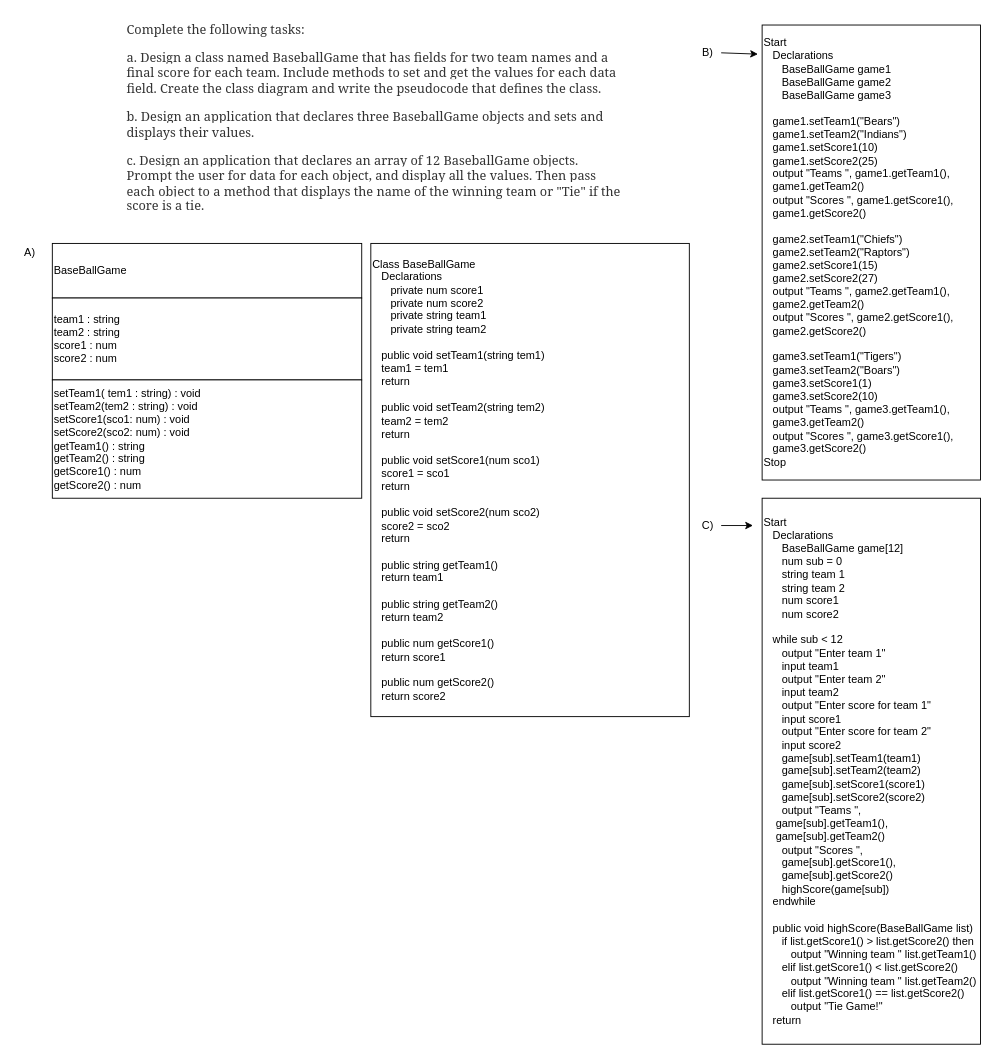
Above: Problem Solving/baseballClass.drawio in sweetrellish/python_work1 (draw.io), before the change. Source tidied: cells renumbered, new cells numbered last; positions are measured from the earlier drawing's top-left corner, leaving out a move shared by most shapes. Both pictures are drawn from the tidied source at 91%, with x=0, y=0 at pixel (15, 15).
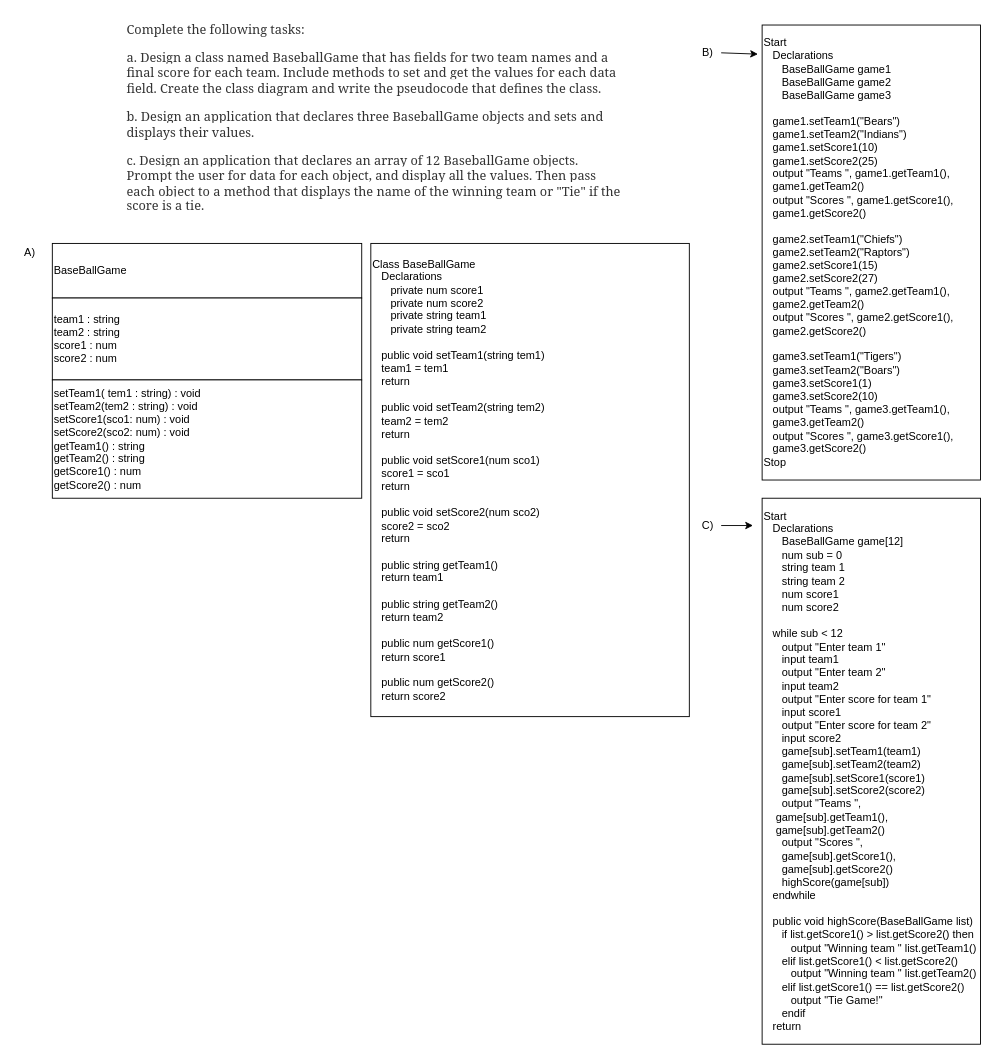
After the change.

The edit, as a diff of the source:
```diff
@@
 <mxGraphModel>
   <root>
     <mxCell id="0" />
     <mxCell id="1" parent="0" />
     <mxCell id="2" value="&lt;span style=&quot;color: rgb(51, 51, 51); font-family: georgia, times, &amp;quot;times new roman&amp;quot;, serif; font-size: 14px; font-style: normal; font-weight: 400; letter-spacing: normal; text-indent: 0px; text-transform: none; word-spacing: 0px; background-color: rgb(255, 255, 255); display: inline; float: none;&quot;&gt;Complete the following tasks:&lt;/span&gt;&lt;br style=&quot;color: rgb(51, 51, 51); font-family: georgia, times, &amp;quot;times new roman&amp;quot;, serif; font-size: 14px; font-style: normal; font-weight: 400; letter-spacing: normal; text-indent: 0px; text-transform: none; word-spacing: 0px; background-color: rgb(255, 255, 255);&quot;&gt;&lt;br style=&quot;color: rgb(51, 51, 51); font-family: georgia, times, &amp;quot;times new roman&amp;quot;, serif; font-size: 14px; font-style: normal; font-weight: 400; letter-spacing: normal; text-indent: 0px; text-transform: none; word-spacing: 0px; background-color: rgb(255, 255, 255);&quot;&gt;&lt;span style=&quot;color: rgb(51, 51, 51); font-family: georgia, times, &amp;quot;times new roman&amp;quot;, serif; font-size: 14px; font-style: normal; font-weight: 400; letter-spacing: normal; text-indent: 0px; text-transform: none; word-spacing: 0px; background-color: rgb(255, 255, 255); display: inline; float: none;&quot;&gt;a. Design a class named BaseballGame that has fields for two team names and a final score for each team. Include methods to set and get the values for each data field. Create the class diagram and write the pseudocode that defines the class.&lt;/span&gt;&lt;br style=&quot;color: rgb(51, 51, 51); font-family: georgia, times, &amp;quot;times new roman&amp;quot;, serif; font-size: 14px; font-style: normal; font-weight: 400; letter-spacing: normal; text-indent: 0px; text-transform: none; word-spacing: 0px; background-color: rgb(255, 255, 255);&quot;&gt;&lt;br style=&quot;color: rgb(51, 51, 51); font-family: georgia, times, &amp;quot;times new roman&amp;quot;, serif; font-size: 14px; font-style: normal; font-weight: 400; letter-spacing: normal; text-indent: 0px; text-transform: none; word-spacing: 0px; background-color: rgb(255, 255, 255);&quot;&gt;&lt;span style=&quot;color: rgb(51, 51, 51); font-family: georgia, times, &amp;quot;times new roman&amp;quot;, serif; font-size: 14px; font-style: normal; font-weight: 400; letter-spacing: normal; text-indent: 0px; text-transform: none; word-spacing: 0px; background-color: rgb(255, 255, 255); display: inline; float: none;&quot;&gt;b. Design an application that declares three BaseballGame objects and sets and displays their values.&lt;/span&gt;&lt;br style=&quot;color: rgb(51, 51, 51); font-family: georgia, times, &amp;quot;times new roman&amp;quot;, serif; font-size: 14px; font-style: normal; font-weight: 400; letter-spacing: normal; text-indent: 0px; text-transform: none; word-spacing: 0px; background-color: rgb(255, 255, 255);&quot;&gt;&lt;br style=&quot;color: rgb(51, 51, 51); font-family: georgia, times, &amp;quot;times new roman&amp;quot;, serif; font-size: 14px; font-style: normal; font-weight: 400; letter-spacing: normal; text-indent: 0px; text-transform: none; word-spacing: 0px; background-color: rgb(255, 255, 255);&quot;&gt;&lt;span style=&quot;color: rgb(51, 51, 51); font-family: georgia, times, &amp;quot;times new roman&amp;quot;, serif; font-size: 14px; font-style: normal; font-weight: 400; letter-spacing: normal; text-indent: 0px; text-transform: none; word-spacing: 0px; background-color: rgb(255, 255, 255); display: inline; float: none;&quot;&gt;c. Design an application that declares an array of 12 BaseballGame objects. Prompt the user for data for each object, and display all the values. Then pass each object to a method that displays the name of the winning team or &quot;Tie&quot; if the score is a tie.&lt;/span&gt;" style="text;whiteSpace=wrap;html=1;" parent="1" vertex="1">
       <mxGeometry x="120" width="550" height="190" as="geometry" />
     </mxCell>
     <mxCell id="3" value="Class BaseBallGame&lt;br&gt;&amp;nbsp; &amp;nbsp;Declarations&lt;br&gt;&amp;nbsp; &amp;nbsp; &amp;nbsp; private num score1&lt;br&gt;&amp;nbsp; &amp;nbsp; &amp;nbsp; private num score2&lt;br&gt;&amp;nbsp; &amp;nbsp; &amp;nbsp; private string team1&lt;br&gt;&amp;nbsp; &amp;nbsp; &amp;nbsp; private string team2&lt;br&gt;&lt;br&gt;&amp;nbsp; &amp;nbsp;public void setTeam1(string tem1)&lt;br&gt;&amp;nbsp; &amp;nbsp;team1 = tem1&lt;br&gt;&amp;nbsp; &amp;nbsp;return&lt;br&gt;&lt;br&gt;&amp;nbsp; &amp;nbsp;public void setTeam2(string tem2)&lt;br&gt;&amp;nbsp; &amp;nbsp;team2 = tem2&lt;br&gt;&amp;nbsp; &amp;nbsp;return&lt;br&gt;&lt;br&gt;&amp;nbsp; &amp;nbsp;public void setScore1(num sco1)&lt;br&gt;&amp;nbsp; &amp;nbsp;score1 = sco1&lt;br&gt;&amp;nbsp; &amp;nbsp;return&lt;br&gt;&lt;br&gt;&amp;nbsp; &amp;nbsp;public void setScore2(num sco2)&lt;br&gt;&amp;nbsp; &amp;nbsp;score2 = sco2&lt;br&gt;&amp;nbsp; &amp;nbsp;return&lt;br&gt;&lt;br&gt;&amp;nbsp; &amp;nbsp;public string getTeam1()&lt;br&gt;&amp;nbsp; &amp;nbsp;return team1&lt;br&gt;&lt;br&gt;&amp;nbsp; &amp;nbsp;public string getTeam2()&lt;br&gt;&amp;nbsp; &amp;nbsp;return team2&lt;br&gt;&lt;br&gt;&amp;nbsp; &amp;nbsp;public num getScore1()&lt;br&gt;&amp;nbsp; &amp;nbsp;return score1&lt;br&gt;&lt;br&gt;&amp;nbsp; &amp;nbsp;public num getScore2()&lt;br&gt;&amp;nbsp; &amp;nbsp;return score2" style="whiteSpace=wrap;html=1;align=left;" parent="1" vertex="1">
       <mxGeometry x="390" y="250" width="350" height="520" as="geometry" />
     </mxCell>
     <mxCell id="4" value="BaseBallGame" style="whiteSpace=wrap;html=1;align=left;" parent="1" vertex="1">
       <mxGeometry x="40" y="250" width="340" height="60" as="geometry" />
     </mxCell>
     <mxCell id="5" value="team1 : string&lt;br&gt;team2 : string&lt;br&gt;score1 : num&lt;br&gt;score2 : num" style="whiteSpace=wrap;html=1;align=left;" parent="1" vertex="1">
       <mxGeometry x="40" y="310" width="340" height="90" as="geometry" />
     </mxCell>
     <mxCell id="6" value="setTeam1( tem1 : string) : void&lt;br&gt;setTeam2(tem2 : string) : void&lt;br&gt;setScore1(sco1: num) : void&lt;br&gt;setScore2(sco2: num) : void&lt;br&gt;getTeam1() : string&lt;br&gt;getTeam2() : string&lt;br&gt;getScore1() : num&lt;br&gt;getScore2() : num" style="whiteSpace=wrap;html=1;align=left;" parent="1" vertex="1">
       <mxGeometry x="40" y="400" width="340" height="130" as="geometry" />
     </mxCell>
     <mxCell id="7" value="A)" style="text;html=1;align=center;verticalAlign=middle;strokeColor=none;fillColor=none;" parent="1" vertex="1">
       <mxGeometry y="250" width="30" height="20" as="geometry" />
     </mxCell>
     <mxCell id="8" style="edgeStyle=none;html=1;entryX=-0.019;entryY=0.064;entryDx=0;entryDy=0;entryPerimeter=0;" parent="1" edge="1" source="9" target="10">
       <mxGeometry relative="1" as="geometry" />
     </mxCell>
     <mxCell id="9" value="B)" style="text;html=1;align=center;verticalAlign=middle;points=[];strokeColor=none;fillColor=none;" parent="1" vertex="1">
       <mxGeometry x="745" y="30" width="30" height="20" as="geometry" />
     </mxCell>
     <mxCell id="10" value="Start&amp;nbsp;&lt;br&gt;&amp;nbsp; &amp;nbsp;Declarations&lt;br&gt;&amp;nbsp; &amp;nbsp; &amp;nbsp; BaseBallGame game1&lt;br&gt;&amp;nbsp; &amp;nbsp; &amp;nbsp; BaseBallGame game2&lt;br&gt;&amp;nbsp; &amp;nbsp; &amp;nbsp; BaseBallGame game3&lt;br&gt;&lt;br&gt;&amp;nbsp; &amp;nbsp;game1.setTeam1(&quot;Bears&quot;)&lt;br&gt;&amp;nbsp; &amp;nbsp;game1.setTeam2(&quot;Indians&quot;)&lt;br&gt;&amp;nbsp; &amp;nbsp;game1.setScore1(10)&lt;br&gt;&amp;nbsp; &amp;nbsp;game1.setScore2(25)&lt;br&gt;&amp;nbsp; &amp;nbsp;output &quot;Teams &quot;, game1.getTeam1(),&amp;nbsp; &amp;nbsp; &amp;nbsp; &amp;nbsp; &amp;nbsp; &amp;nbsp; &amp;nbsp;game1.getTeam2()&lt;br&gt;&amp;nbsp; &amp;nbsp;output &quot;Scores &quot;, game1.getScore1(),&amp;nbsp; &amp;nbsp; &amp;nbsp; &amp;nbsp; &amp;nbsp; &amp;nbsp;game1.getScore2()&lt;br&gt;&lt;br&gt;&amp;nbsp; &amp;nbsp;game2.setTeam1(&quot;Chiefs&quot;)&lt;br&gt;&amp;nbsp; &amp;nbsp;game2.setTeam2(&quot;Raptors&quot;)&lt;br&gt;&amp;nbsp; &amp;nbsp;game2.setScore1(15)&lt;br&gt;&amp;nbsp; &amp;nbsp;game2.setScore2(27)&lt;br&gt;&amp;nbsp; &amp;nbsp;output &quot;Teams &quot;, game2.getTeam1(),&amp;nbsp; &amp;nbsp; &amp;nbsp; &amp;nbsp; &amp;nbsp; &amp;nbsp; &amp;nbsp;game2.getTeam2()&lt;br&gt;&amp;nbsp; &amp;nbsp;output &quot;Scores &quot;, game2.getScore1(),&amp;nbsp; &amp;nbsp; &amp;nbsp; &amp;nbsp; &amp;nbsp; &amp;nbsp;game2.getScore2()&lt;br&gt;&lt;br&gt;&amp;nbsp; &amp;nbsp;game3.setTeam1(&quot;Tigers&quot;)&lt;br&gt;&amp;nbsp; &amp;nbsp;game3.setTeam2(&quot;Boars&quot;)&lt;br&gt;&amp;nbsp; &amp;nbsp;game3.setScore1(1)&lt;br&gt;&amp;nbsp; &amp;nbsp;game3.setScore2(10)&lt;br&gt;&amp;nbsp; &amp;nbsp;output &quot;Teams &quot;, game3.getTeam1(),&amp;nbsp; &amp;nbsp; &amp;nbsp; &amp;nbsp; &amp;nbsp; &amp;nbsp; &amp;nbsp;game3.getTeam2()&lt;br&gt;&amp;nbsp; &amp;nbsp;output &quot;Scores &quot;, game3.getScore1(),&amp;nbsp; &amp;nbsp; &amp;nbsp; &amp;nbsp; &amp;nbsp; &amp;nbsp;game3.getScore2()&lt;br&gt;Stop" style="whiteSpace=wrap;html=1;align=left;" parent="1" vertex="1">
       <mxGeometry x="820" y="10" width="240" height="500" as="geometry" />
     </mxCell>
     <mxCell id="11" style="edgeStyle=none;html=1;" parent="1" edge="1" source="12">
       <mxGeometry relative="1" as="geometry">
         <mxPoint x="810" y="560" as="targetPoint" />
       </mxGeometry>
     </mxCell>
     <mxCell id="12" value="C)" style="text;html=1;align=center;verticalAlign=middle;points=[];strokeColor=none;fillColor=none;" parent="1" vertex="1">
       <mxGeometry x="745" y="550" width="30" height="20" as="geometry" />
     </mxCell>
-    <mxCell id="13" value="Start&amp;nbsp;&lt;br&gt;&amp;nbsp; &amp;nbsp;Declarations&lt;br&gt;&amp;nbsp; &amp;nbsp; &amp;nbsp; BaseBallGame game[12]&lt;br&gt;&amp;nbsp; &amp;nbsp; &amp;nbsp; num sub = 0&lt;br&gt;&amp;nbsp; &amp;nbsp; &amp;nbsp; string team 1&amp;nbsp;&lt;br&gt;&amp;nbsp; &amp;nbsp; &amp;nbsp; string team 2&lt;br&gt;&amp;nbsp; &amp;nbsp; &amp;nbsp; num score1&amp;nbsp;&lt;br&gt;&amp;nbsp; &amp;nbsp; &amp;nbsp; num score2&lt;br&gt;&lt;br&gt;&amp;nbsp; &amp;nbsp;while sub &amp;lt; 12&lt;br&gt;&amp;nbsp; &amp;nbsp; &amp;nbsp; output &quot;Enter team 1&quot;&amp;nbsp;&lt;br&gt;&amp;nbsp; &amp;nbsp; &amp;nbsp; input team1&lt;br&gt;&amp;nbsp; &amp;nbsp; &amp;nbsp; output &quot;Enter team 2&quot;&lt;br&gt;&amp;nbsp; &amp;nbsp; &amp;nbsp; input team2&amp;nbsp;&lt;br&gt;&amp;nbsp; &amp;nbsp; &amp;nbsp; output &quot;Enter score for team 1&quot;&lt;br&gt;&amp;nbsp; &amp;nbsp; &amp;nbsp; input score1&lt;br&gt;&amp;nbsp; &amp;nbsp; &amp;nbsp; output &quot;Enter score for team 2&quot;&lt;br&gt;&amp;nbsp; &amp;nbsp; &amp;nbsp; input score2&lt;br&gt;&amp;nbsp; &amp;nbsp; &amp;nbsp; game[sub].setTeam1(team1)&lt;br&gt;&amp;nbsp; &amp;nbsp; &amp;nbsp; game[sub].setTeam2(team2)&lt;br&gt;&amp;nbsp; &amp;nbsp; &amp;nbsp; game[sub].setScore1(score1)&lt;br&gt;&amp;nbsp; &amp;nbsp; &amp;nbsp; game[sub].setScore2(score2)&lt;br&gt;&amp;nbsp; &amp;nbsp; &amp;nbsp; output &quot;Teams &quot;,&amp;nbsp; &amp;nbsp; &amp;nbsp; &amp;nbsp; &amp;nbsp; &amp;nbsp; &amp;nbsp; &amp;nbsp; &amp;nbsp; &amp;nbsp; &amp;nbsp; &amp;nbsp; &amp;nbsp; &amp;nbsp; &amp;nbsp; &amp;nbsp; &amp;nbsp; &amp;nbsp; &amp;nbsp; &amp;nbsp; &amp;nbsp; &amp;nbsp; game[sub].getTeam1(),&amp;nbsp; &amp;nbsp; &amp;nbsp; &amp;nbsp; &amp;nbsp; &amp;nbsp; &amp;nbsp; &amp;nbsp; &amp;nbsp; &amp;nbsp; &amp;nbsp; &amp;nbsp; &amp;nbsp; &amp;nbsp; &amp;nbsp; &amp;nbsp; &amp;nbsp; game[sub].getTeam2()&lt;br&gt;&amp;nbsp; &amp;nbsp; &amp;nbsp; output &quot;Scores &quot;,&amp;nbsp; &amp;nbsp; &amp;nbsp; &amp;nbsp; &amp;nbsp; &amp;nbsp; &amp;nbsp; &amp;nbsp; &amp;nbsp; &amp;nbsp; &amp;nbsp; &amp;nbsp; &amp;nbsp; &amp;nbsp; &amp;nbsp; &amp;nbsp; &amp;nbsp; &amp;nbsp; &amp;nbsp; &amp;nbsp; &amp;nbsp; &amp;nbsp; game[sub].getScore1(),&amp;nbsp; &amp;nbsp; &amp;nbsp; &amp;nbsp; &amp;nbsp; &amp;nbsp; &amp;nbsp; &amp;nbsp; &amp;nbsp; &amp;nbsp; &amp;nbsp; &amp;nbsp; &amp;nbsp; &amp;nbsp; &amp;nbsp; &amp;nbsp; &amp;nbsp; game[sub].getScore2()&lt;br&gt;&amp;nbsp; &amp;nbsp; &amp;nbsp; highScore(game[sub])&lt;br&gt;&amp;nbsp; &amp;nbsp;endwhile&lt;br&gt;&lt;br&gt;&amp;nbsp; &amp;nbsp;public void highScore(BaseBallGame list)&lt;br&gt;&amp;nbsp; &amp;nbsp; &amp;nbsp; if list.getScore1() &amp;gt; list.getScore2() then&lt;br&gt;&amp;nbsp; &amp;nbsp; &amp;nbsp; &amp;nbsp; &amp;nbsp;output &quot;Winning team &quot; list.getTeam1()&lt;br&gt;&amp;nbsp; &amp;nbsp; &amp;nbsp; elif list.getScore1() &amp;lt; list.getScore2()&lt;br&gt;&amp;nbsp; &amp;nbsp; &amp;nbsp; &amp;nbsp; &amp;nbsp;output &quot;Winning team &quot; list.getTeam2()&lt;br&gt;&amp;nbsp; &amp;nbsp; &amp;nbsp; elif list.getScore1() == list.getScore2()&lt;br&gt;&amp;nbsp; &amp;nbsp; &amp;nbsp; &amp;nbsp; &amp;nbsp;output &quot;Tie Game!&quot;&lt;br&gt;&amp;nbsp; &amp;nbsp;return" style="whiteSpace=wrap;html=1;align=left;" parent="1" vertex="1">
+    <mxCell id="13" value="Start&amp;nbsp;&lt;br&gt;&amp;nbsp; &amp;nbsp;Declarations&lt;br&gt;&amp;nbsp; &amp;nbsp; &amp;nbsp; BaseBallGame game[12]&lt;br&gt;&amp;nbsp; &amp;nbsp; &amp;nbsp; num sub = 0&lt;br&gt;&amp;nbsp; &amp;nbsp; &amp;nbsp; string team 1&amp;nbsp;&lt;br&gt;&amp;nbsp; &amp;nbsp; &amp;nbsp; string team 2&lt;br&gt;&amp;nbsp; &amp;nbsp; &amp;nbsp; num score1&amp;nbsp;&lt;br&gt;&amp;nbsp; &amp;nbsp; &amp;nbsp; num score2&lt;br&gt;&lt;br&gt;&amp;nbsp; &amp;nbsp;while sub &amp;lt; 12&lt;br&gt;&amp;nbsp; &amp;nbsp; &amp;nbsp; output &quot;Enter team 1&quot;&amp;nbsp;&lt;br&gt;&amp;nbsp; &amp;nbsp; &amp;nbsp; input team1&lt;br&gt;&amp;nbsp; &amp;nbsp; &amp;nbsp; output &quot;Enter team 2&quot;&lt;br&gt;&amp;nbsp; &amp;nbsp; &amp;nbsp; input team2&amp;nbsp;&lt;br&gt;&amp;nbsp; &amp;nbsp; &amp;nbsp; output &quot;Enter score for team 1&quot;&lt;br&gt;&amp;nbsp; &amp;nbsp; &amp;nbsp; input score1&lt;br&gt;&amp;nbsp; &amp;nbsp; &amp;nbsp; output &quot;Enter score for team 2&quot;&lt;br&gt;&amp;nbsp; &amp;nbsp; &amp;nbsp; input score2&lt;br&gt;&amp;nbsp; &amp;nbsp; &amp;nbsp; game[sub].setTeam1(team1)&lt;br&gt;&amp;nbsp; &amp;nbsp; &amp;nbsp; game[sub].setTeam2(team2)&lt;br&gt;&amp;nbsp; &amp;nbsp; &amp;nbsp; game[sub].setScore1(score1)&lt;br&gt;&amp;nbsp; &amp;nbsp; &amp;nbsp; game[sub].setScore2(score2)&lt;br&gt;&amp;nbsp; &amp;nbsp; &amp;nbsp; output &quot;Teams &quot;,&amp;nbsp; &amp;nbsp; &amp;nbsp; &amp;nbsp; &amp;nbsp; &amp;nbsp; &amp;nbsp; &amp;nbsp; &amp;nbsp; &amp;nbsp; &amp;nbsp; &amp;nbsp; &amp;nbsp; &amp;nbsp; &amp;nbsp; &amp;nbsp; &amp;nbsp; &amp;nbsp; &amp;nbsp; &amp;nbsp; &amp;nbsp; &amp;nbsp; game[sub].getTeam1(),&amp;nbsp; &amp;nbsp; &amp;nbsp; &amp;nbsp; &amp;nbsp; &amp;nbsp; &amp;nbsp; &amp;nbsp; &amp;nbsp; &amp;nbsp; &amp;nbsp; &amp;nbsp; &amp;nbsp; &amp;nbsp; &amp;nbsp; &amp;nbsp; &amp;nbsp; game[sub].getTeam2()&lt;br&gt;&amp;nbsp; &amp;nbsp; &amp;nbsp; output &quot;Scores &quot;,&amp;nbsp; &amp;nbsp; &amp;nbsp; &amp;nbsp; &amp;nbsp; &amp;nbsp; &amp;nbsp; &amp;nbsp; &amp;nbsp; &amp;nbsp; &amp;nbsp; &amp;nbsp; &amp;nbsp; &amp;nbsp; &amp;nbsp; &amp;nbsp; &amp;nbsp; &amp;nbsp; &amp;nbsp; &amp;nbsp; &amp;nbsp; &amp;nbsp; game[sub].getScore1(),&amp;nbsp; &amp;nbsp; &amp;nbsp; &amp;nbsp; &amp;nbsp; &amp;nbsp; &amp;nbsp; &amp;nbsp; &amp;nbsp; &amp;nbsp; &amp;nbsp; &amp;nbsp; &amp;nbsp; &amp;nbsp; &amp;nbsp; &amp;nbsp; &amp;nbsp; game[sub].getScore2()&lt;br&gt;&amp;nbsp; &amp;nbsp; &amp;nbsp; highScore(game[sub])&lt;br&gt;&amp;nbsp; &amp;nbsp;endwhile&lt;br&gt;&lt;br&gt;&amp;nbsp; &amp;nbsp;public void highScore(BaseBallGame list)&lt;br&gt;&amp;nbsp; &amp;nbsp; &amp;nbsp; if list.getScore1() &amp;gt; list.getScore2() then&lt;br&gt;&amp;nbsp; &amp;nbsp; &amp;nbsp; &amp;nbsp; &amp;nbsp;output &quot;Winning team &quot; list.getTeam1()&lt;br&gt;&amp;nbsp; &amp;nbsp; &amp;nbsp; elif list.getScore1() &amp;lt; list.getScore2()&lt;br&gt;&amp;nbsp; &amp;nbsp; &amp;nbsp; &amp;nbsp; &amp;nbsp;output &quot;Winning team &quot; list.getTeam2()&lt;br&gt;&amp;nbsp; &amp;nbsp; &amp;nbsp; elif list.getScore1() == list.getScore2()&lt;br&gt;&amp;nbsp; &amp;nbsp; &amp;nbsp; &amp;nbsp; &amp;nbsp;output &quot;Tie Game!&quot;&lt;br&gt;&amp;nbsp; &amp;nbsp; &amp;nbsp; endif&lt;br&gt;&amp;nbsp; &amp;nbsp;return" style="whiteSpace=wrap;html=1;align=left;" parent="1" vertex="1">
       <mxGeometry x="820" y="530" width="240" height="600" as="geometry" />
     </mxCell>
   </root>
 </mxGraphModel>
```
